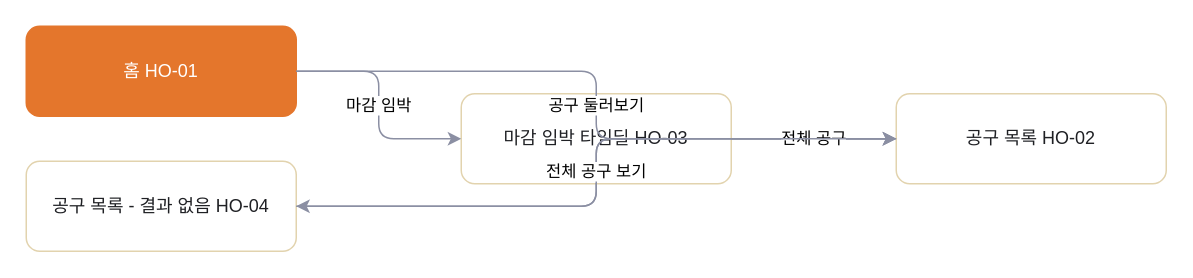
Earlier version of the draw.io diagram page "HO 홈·탐색" (2 of 10) of 판매용_템플릿/_판매팩/공동구매_스탠다드/05_FLOW_흐름도.drawio (hyunplanb-cyber/ia-generation-platform). Source tidied: cells renumbered, new cells numbered last; positions are measured from the earlier drawing's top-left corner, leaving out a move shared by most shapes. Both pictures are drawn from the tidied source at 150%, with x=0, y=0 at pixel (26, 26).
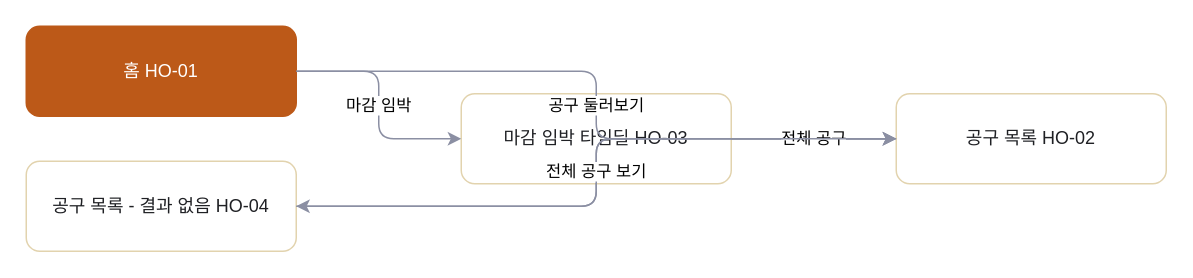
The same page after the edit.

What changed in the source:
```diff
@@
 <mxGraphModel>
   <root>
     <mxCell id="0" />
     <mxCell id="1" parent="0" />
-    <mxCell id="2" value="홈 HO-01" style="rounded=1;whiteSpace=wrap;html=1;fillColor=#E4762C;strokeColor=#E4762C;fontColor=#FFFFFF;" parent="1" vertex="1">
+    <mxCell id="2" value="홈 HO-01" style="rounded=1;whiteSpace=wrap;html=1;fillColor=#BC5918;strokeColor=#BC5918;fontColor=#FFFFFF;" parent="1" vertex="1">
       <mxGeometry width="180" height="60" as="geometry" />
     </mxCell>
     <mxCell id="3" value="공구 목록 HO-02" style="rounded=1;whiteSpace=wrap;html=1;fillColor=#FFFFFF;strokeColor=#E2D3AE;fontColor=#1F2024;" parent="1" vertex="1">
       <mxGeometry x="580" y="45" width="180" height="60" as="geometry" />
     </mxCell>
     <mxCell id="4" value="마감 임박 타임딜 HO-03" style="rounded=1;whiteSpace=wrap;html=1;fillColor=#FFFFFF;strokeColor=#E2D3AE;fontColor=#1F2024;" parent="1" vertex="1">
       <mxGeometry x="290" y="45" width="180" height="60" as="geometry" />
     </mxCell>
     <mxCell id="5" value="공구 목록 - 결과 없음 HO-04" style="rounded=1;whiteSpace=wrap;html=1;fillColor=#FFFFFF;strokeColor=#E2D3AE;fontColor=#1F2024;" parent="1" vertex="1">
       <mxGeometry y="90" width="180" height="60" as="geometry" />
     </mxCell>
     <mxCell id="6" value="공구 둘러보기" style="edgeStyle=orthogonalEdgeStyle;rounded=1;html=1;strokeColor=#8B8FA3;" parent="1" edge="1" source="2" target="3">
       <mxGeometry relative="1" as="geometry" />
     </mxCell>
     <mxCell id="7" value="마감 임박" style="edgeStyle=orthogonalEdgeStyle;rounded=1;html=1;strokeColor=#8B8FA3;" parent="1" edge="1" source="2" target="4">
       <mxGeometry relative="1" as="geometry" />
     </mxCell>
     <mxCell id="8" value="결과 없음" style="edgeStyle=orthogonalEdgeStyle;rounded=1;html=1;strokeColor=#8B8FA3;" parent="1" edge="1" source="3" target="5">
       <mxGeometry relative="1" as="geometry" />
     </mxCell>
     <mxCell id="9" value="전체 공구" style="edgeStyle=orthogonalEdgeStyle;rounded=1;html=1;strokeColor=#8B8FA3;" parent="1" edge="1" source="4" target="3">
       <mxGeometry relative="1" as="geometry" />
     </mxCell>
     <mxCell id="10" value="전체 공구 보기" style="edgeStyle=orthogonalEdgeStyle;rounded=1;html=1;strokeColor=#8B8FA3;" parent="1" edge="1" source="5" target="3">
       <mxGeometry relative="1" as="geometry" />
     </mxCell>
   </root>
 </mxGraphModel>
```
